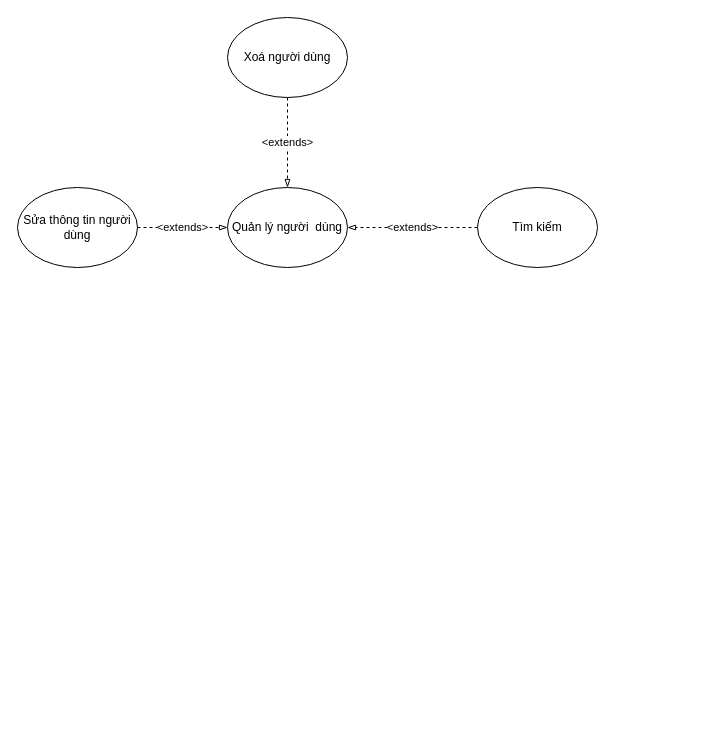
The draw.io diagram Untitled Diagram.drawio in leehoang21/uml, before the edit. Source tidied: cells renumbered, new cells numbered last; positions are measured from the earlier drawing's top-left corner, leaving out a move shared by most shapes. Both pictures are drawn from the tidied source at 100%, with x=0, y=0 at pixel (17, 17).
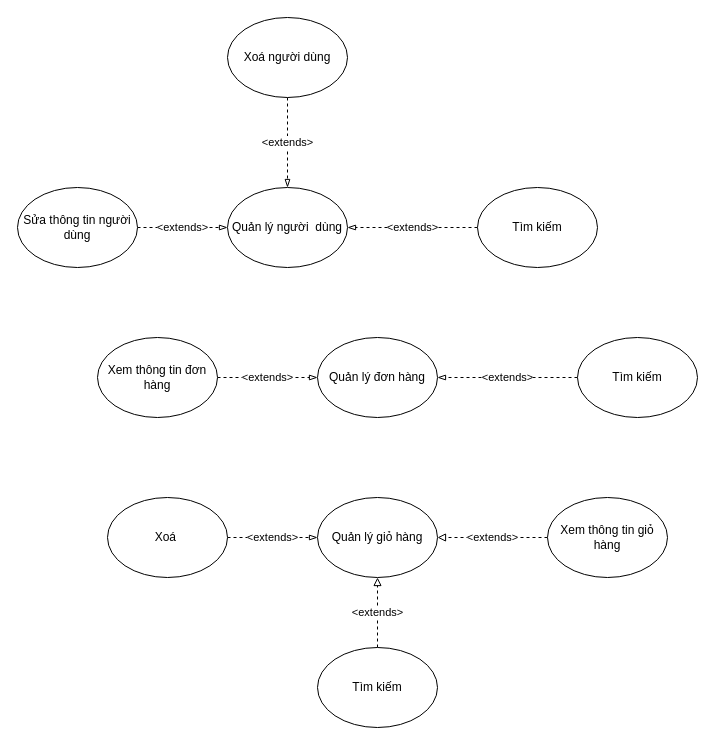
The same page after the edit.

Change to the diagram source:
```diff
@@
+    <mxCell id="9" value="Quản lý đơn hàng" style="ellipse;whiteSpace=wrap;html=1;" parent="1" vertex="1">
+      <mxGeometry x="300" y="320" width="120" height="80" as="geometry" />
+    </mxCell>
+    <mxCell id="10" value="&amp;lt;extends&amp;gt;" style="edgeStyle=orthogonalEdgeStyle;rounded=0;jettySize=auto;html=1;exitX=0;exitY=0.5;exitDx=0;exitDy=0;entryX=1;entryY=0.5;entryDx=0;entryDy=0;endArrow=blockThin;endFill=0;dashed=1;" parent="1" edge="1" source="11" target="9">
+      <mxGeometry relative="1" as="geometry" />
+    </mxCell>
+    <mxCell id="11" value="Tìm kiếm" style="ellipse;whiteSpace=wrap;html=1;" parent="1" vertex="1">
+      <mxGeometry x="560" y="320" width="120" height="80" as="geometry" />
+    </mxCell>
+    <mxCell id="12" value="&amp;lt;extends&amp;gt;" style="edgeStyle=orthogonalEdgeStyle;rounded=0;jettySize=auto;html=1;exitX=1;exitY=0.5;exitDx=0;exitDy=0;endArrow=blockThin;endFill=0;dashed=1;" parent="1" edge="1" source="13" target="9">
+      <mxGeometry relative="1" as="geometry" />
+    </mxCell>
+    <mxCell id="13" value="Xem thông tin đơn hàng" style="ellipse;whiteSpace=wrap;html=1;" parent="1" vertex="1">
+      <mxGeometry x="80" y="320" width="120" height="80" as="geometry" />
+    </mxCell>
+    <mxCell id="14" value="Quản lý giỏ hàng" style="ellipse;whiteSpace=wrap;html=1;" parent="1" vertex="1">
+      <mxGeometry x="300" y="480" width="120" height="80" as="geometry" />
+    </mxCell>
+    <mxCell id="15" value="&amp;lt;extends&amp;gt;" style="edgeStyle=orthogonalEdgeStyle;rounded=0;jettySize=auto;html=1;exitX=0;exitY=0.5;exitDx=0;exitDy=0;endArrow=block;endFill=0;dashed=1;" parent="1" edge="1" source="16" target="14">
+      <mxGeometry relative="1" as="geometry" />
+    </mxCell>
+    <mxCell id="16" value="Xem thông tin giỏ hàng" style="ellipse;whiteSpace=wrap;html=1;" parent="1" vertex="1">
+      <mxGeometry x="530" y="480" width="120" height="80" as="geometry" />
+    </mxCell>
+    <mxCell id="17" value="&amp;lt;extends&amp;gt;" style="edgeStyle=orthogonalEdgeStyle;rounded=0;jettySize=auto;html=1;exitX=1;exitY=0.5;exitDx=0;exitDy=0;endArrow=blockThin;endFill=0;dashed=1;" parent="1" edge="1" source="18" target="14">
+      <mxGeometry relative="1" as="geometry" />
+    </mxCell>
+    <mxCell id="18" value="Xoá&amp;nbsp;" style="ellipse;whiteSpace=wrap;html=1;" parent="1" vertex="1">
+      <mxGeometry x="90" y="480" width="120" height="80" as="geometry" />
+    </mxCell>
+    <mxCell id="19" value="&amp;lt;extends&amp;gt;" style="edgeStyle=orthogonalEdgeStyle;rounded=0;jettySize=auto;html=1;exitX=0.5;exitY=0;exitDx=0;exitDy=0;entryX=0.5;entryY=1;entryDx=0;entryDy=0;dashed=1;endArrow=block;endFill=0;" parent="1" edge="1" source="20" target="14">
+      <mxGeometry relative="1" as="geometry" />
+    </mxCell>
+    <mxCell id="20" value="Tìm kiếm" style="ellipse;whiteSpace=wrap;html=1;" parent="1" vertex="1">
+      <mxGeometry x="300" y="630" width="120" height="80" as="geometry" />
+    </mxCell>
```
